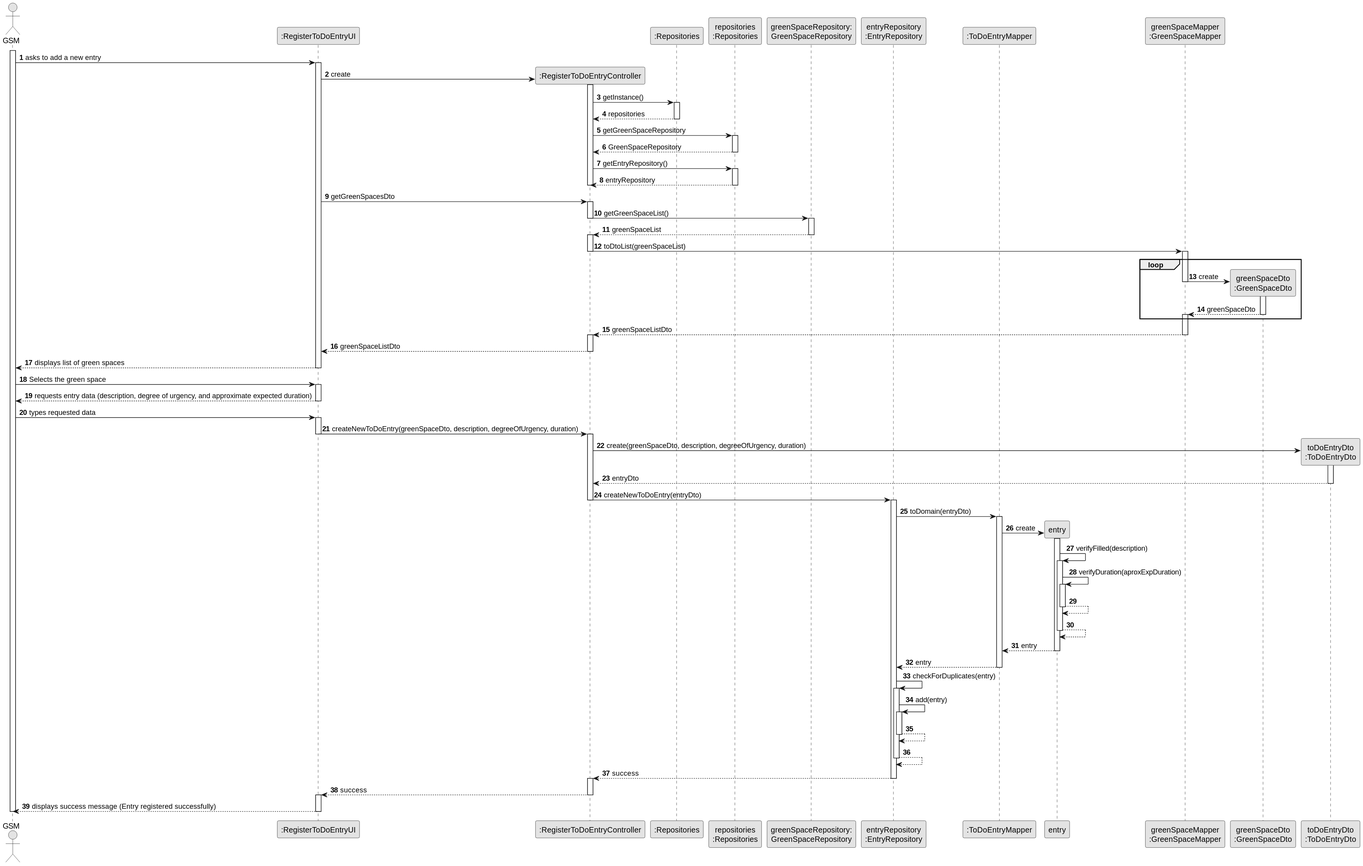
This is docs/sprintC/us021/03.design/svg/us021-sequence-diagram-full.svg from ricardomm7/leaflink, a PlantUML export, as it was before one commit.
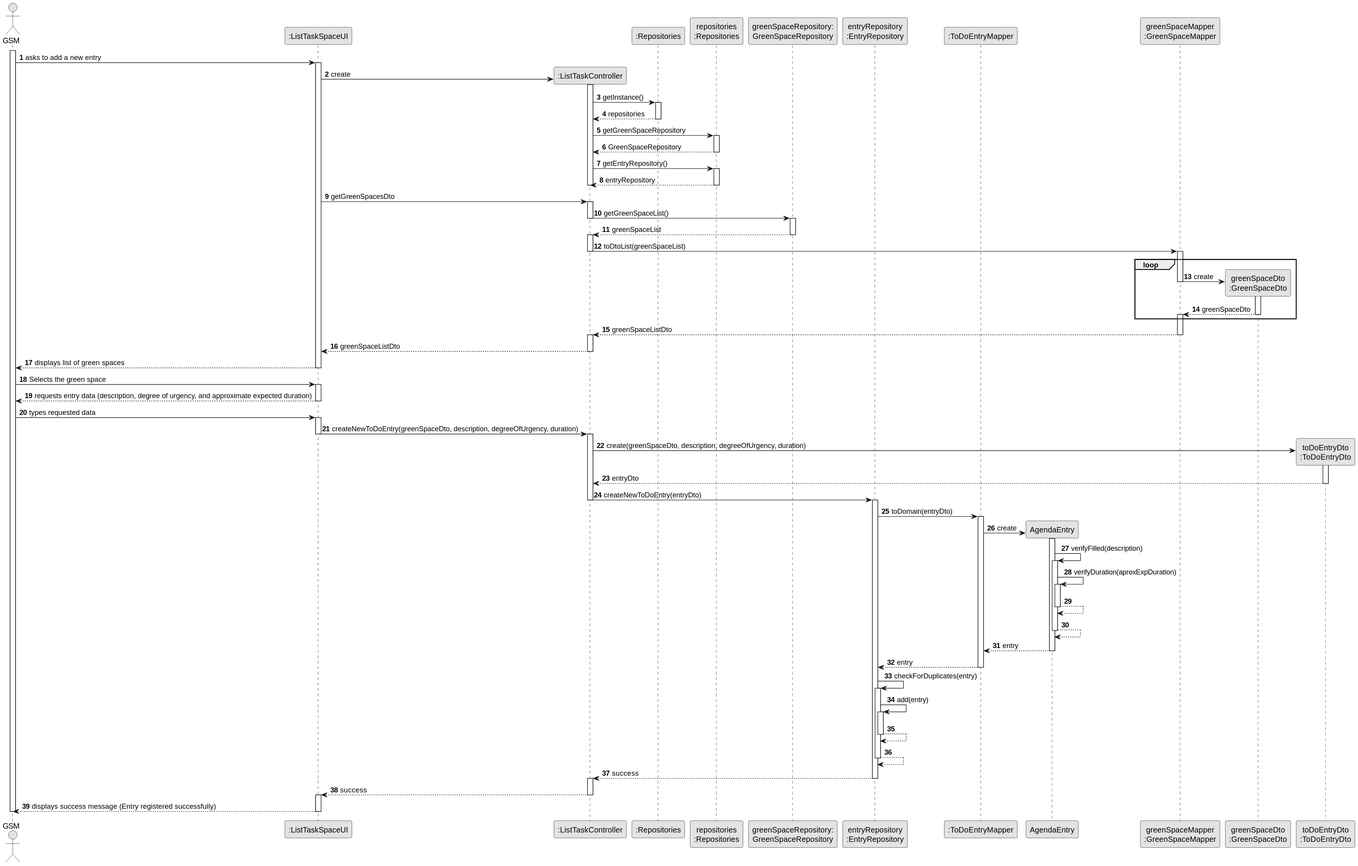
Above is the later version.

Diff of the diagram source:
```diff
@@ -7,15 +7,14 @@
 autonumber
 
 actor "GSM" as GSM
-participant ":RegisterToDoEntryUI" as UI
-participant ":RegisterToDoEntryController" as CTRL
+participant ":ListTaskSpaceUI" as UI
+participant ":ListTaskController" as CTRL
 participant ":Repositories" as RepositorySingleton
 participant "repositories\n:Repositories" as PLAT
 participant "greenSpaceRepository:\nGreenSpaceRepository" as GreenSpaceRepository
 participant "entryRepository\n:EntryRepository" as EntryRep
 participant ":ToDoEntryMapper" as ToDoEntryMapper
-
-participant "entry" as Entry
+participant "AgendaEntry" as Entry
 participant "greenSpaceMapper\n:GreenSpaceMapper" as GreenSpaceMapper
 participant "greenSpaceDto\n:GreenSpaceDto" as GreenSpaceDTO
 participant "toDoEntryDto\n:ToDoEntryDto" as ToDoEntryDto
```
